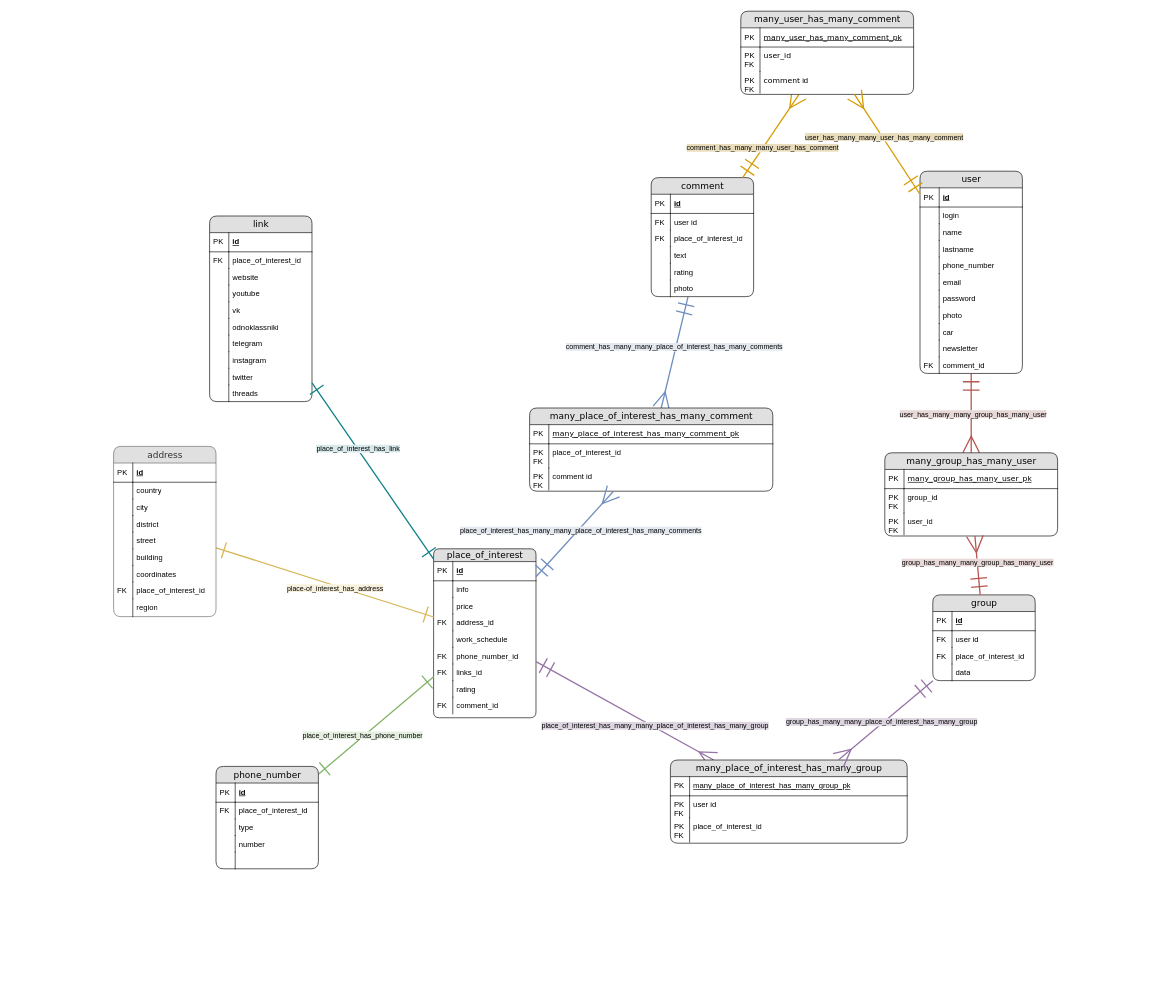
Earlier version of the draw.io diagram diagram/ERD подробная.drawio (RinaBoni/travel_helper). Source tidied: cells renumbered, new cells numbered last; positions are measured from the earlier drawing's top-left corner, leaving out a move shared by most shapes. Both pictures are drawn from the tidied source at 64%, with x=0, y=0 at pixel (113, 11).
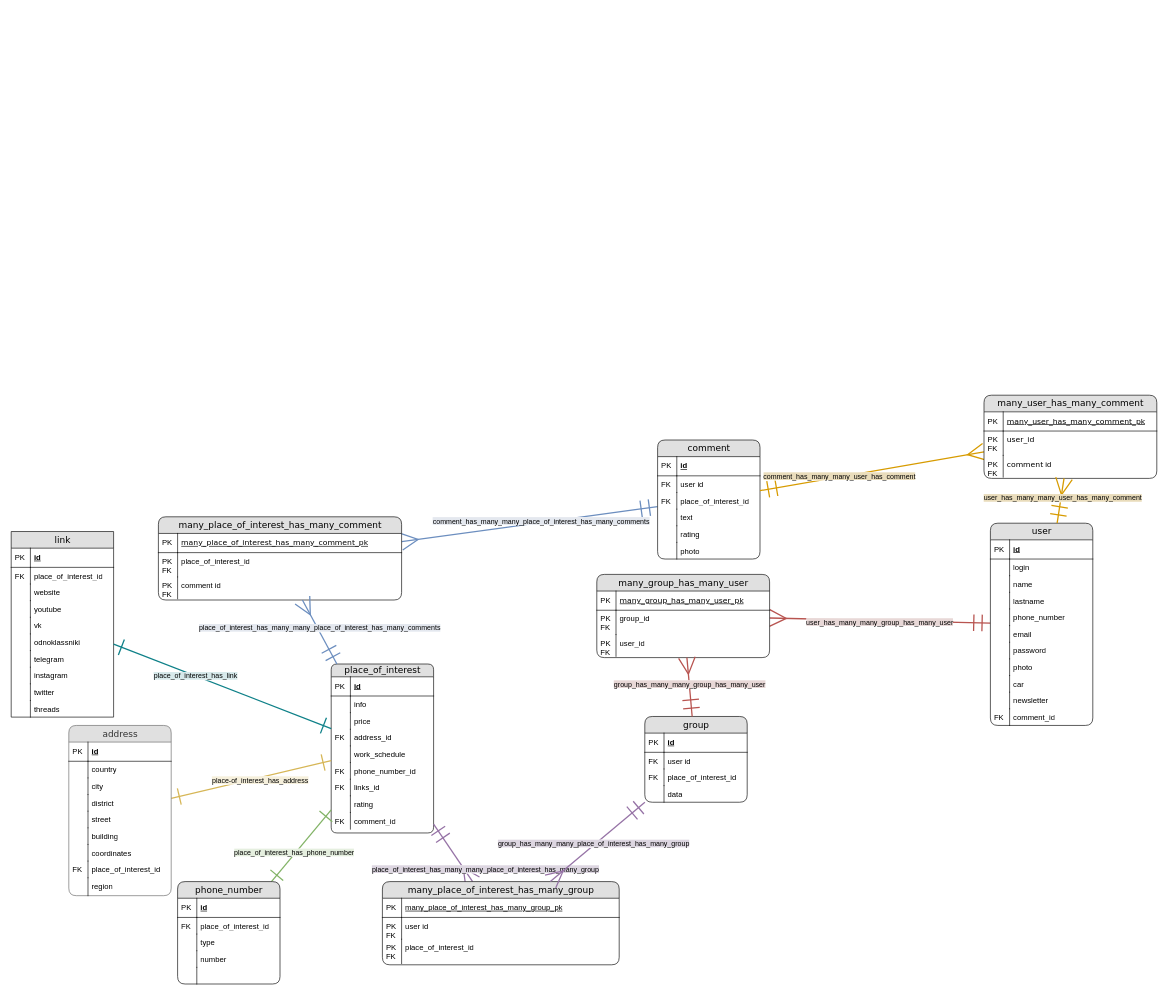
Above is the later version.

The edit, as a diff of the source:
```diff
@@
     <mxCell id="4" value="place_of_interest" style="swimlane;html=1;fontStyle=0;horizontal=1;startSize=20;fillColor=#e0e0e0;swimlaneFillColor=#ffffff;align=center;rounded=1;shadow=0;comic=0;labelBackgroundColor=none;strokeWidth=1;fontFamily=Verdana;fontSize=14;glass=0;swimlaneLine=1;" parent="1" vertex="1">
-      <mxGeometry x="500" y="840" width="160" height="264" as="geometry" />
+      <mxGeometry x="340" y="1020" width="160" height="264" as="geometry" />
     </mxCell>
@@
     <mxCell id="23" value="comment" style="swimlane;html=1;fontStyle=0;horizontal=1;startSize=26;fillColor=#e0e0e0;swimlaneFillColor=#ffffff;align=center;rounded=1;shadow=0;comic=0;labelBackgroundColor=none;strokeWidth=1;fontFamily=Verdana;fontSize=14;" parent="1" vertex="1">
-      <mxGeometry x="840" y="260" width="160" height="186" as="geometry" />
+      <mxGeometry x="850" y="670" width="160" height="186" as="geometry" />
     </mxCell>
@@
     <mxCell id="38" value="user" style="swimlane;html=1;fontStyle=0;horizontal=1;startSize=26;fillColor=#e0e0e0;swimlaneFillColor=#ffffff;align=center;rounded=1;shadow=0;comic=0;labelBackgroundColor=none;strokeWidth=1;fontFamily=Verdana;fontSize=14;" parent="1" vertex="1">
-      <mxGeometry x="1260" y="250" width="160" height="316" as="geometry" />
+      <mxGeometry x="1370" y="800" width="160" height="316" as="geometry" />
     </mxCell>
@@
-    <mxCell id="61" value="link" style="swimlane;html=1;fontStyle=0;horizontal=1;startSize=26;fillColor=#e0e0e0;swimlaneFillColor=#ffffff;align=center;rounded=1;shadow=0;comic=0;labelBackgroundColor=none;strokeWidth=1;fontFamily=Verdana;fontSize=14;" parent="1" vertex="1">
-      <mxGeometry x="150" y="320" width="160" height="290" as="geometry" />
+    <mxCell id="61" value="link" style="swimlane;html=1;fontStyle=0;horizontal=1;startSize=26;fillColor=#e0e0e0;swimlaneFillColor=#ffffff;align=center;rounded=1;shadow=0;comic=0;labelBackgroundColor=none;strokeWidth=1;fontFamily=Verdana;fontSize=14;arcSize=0;" parent="1" vertex="1">
+      <mxGeometry x="-160" y="813" width="160" height="290" as="geometry" />
     </mxCell>
@@
     <mxCell id="86" value="address" style="swimlane;html=1;fontStyle=0;horizontal=1;startSize=26;swimlaneFillColor=#ffffff;align=center;rounded=1;shadow=0;comic=0;labelBackgroundColor=none;strokeWidth=1;fontFamily=Verdana;fontSize=14;fillColor=#E0E0E0;strokeColor=#666666;fontColor=#333333;" parent="1" vertex="1">
-      <mxGeometry y="680" width="160" height="266" as="geometry" />
+      <mxGeometry x="-70" y="1116" width="160" height="266" as="geometry" />
     </mxCell>
@@
     <mxCell id="107" value="phone_number" style="swimlane;html=1;fontStyle=0;horizontal=1;startSize=26;fillColor=#e0e0e0;swimlaneFillColor=#ffffff;align=center;rounded=1;shadow=0;comic=0;labelBackgroundColor=none;strokeWidth=1;fontFamily=Verdana;fontSize=14;" parent="1" vertex="1">
-      <mxGeometry x="160" y="1180" width="160" height="160" as="geometry" />
+      <mxGeometry x="100" y="1360" width="160" height="160" as="geometry" />
     </mxCell>
@@
     <mxCell id="122" value="group" style="swimlane;html=1;fontStyle=0;horizontal=1;startSize=26;fillColor=#e0e0e0;swimlaneFillColor=#ffffff;align=center;rounded=1;shadow=0;comic=0;labelBackgroundColor=none;strokeWidth=1;fontFamily=Verdana;fontSize=14;" parent="1" vertex="1">
-      <mxGeometry x="1280" y="912" width="160" height="134" as="geometry" />
+      <mxGeometry x="830" y="1102" width="160" height="134" as="geometry" />
     </mxCell>
@@
     <mxCell id="131" value="many_place_of_interest_has_many_group" style="swimlane;html=1;fontStyle=0;horizontal=1;startSize=26;fillColor=#e0e0e0;swimlaneFillColor=#ffffff;align=center;rounded=1;shadow=0;comic=0;labelBackgroundColor=none;strokeWidth=1;fontFamily=Verdana;fontSize=14;" parent="1" vertex="1">
-      <mxGeometry x="870" y="1170" width="370" height="130" as="geometry" />
+      <mxGeometry x="420" y="1360" width="370" height="130" as="geometry" />
     </mxCell>
@@
     <mxCell id="140" value="many_place_of_interest_has_many_comment" style="swimlane;html=1;fontStyle=0;horizontal=1;startSize=26;fillColor=#e0e0e0;swimlaneFillColor=#ffffff;align=center;rounded=1;shadow=0;comic=0;labelBackgroundColor=none;strokeWidth=1;fontFamily=Verdana;fontSize=14;" parent="1" vertex="1">
-      <mxGeometry x="650" y="620" width="380" height="130" as="geometry" />
+      <mxGeometry x="70" y="790" width="380" height="130" as="geometry" />
     </mxCell>
@@
     <mxCell id="149" value="many_group_has_many_user" style="swimlane;html=1;fontStyle=0;horizontal=1;startSize=26;fillColor=#e0e0e0;swimlaneFillColor=#ffffff;align=center;rounded=1;shadow=0;comic=0;labelBackgroundColor=none;strokeWidth=1;fontFamily=Verdana;fontSize=14;" parent="1" vertex="1">
-      <mxGeometry x="1205" y="690" width="270" height="130" as="geometry" />
+      <mxGeometry x="755" y="880" width="270" height="130" as="geometry" />
     </mxCell>
@@
     <mxCell id="158" value="many_user_has_many_comment" style="swimlane;html=1;fontStyle=0;horizontal=1;startSize=26;fillColor=#e0e0e0;swimlaneFillColor=#ffffff;align=center;rounded=1;shadow=0;comic=0;labelBackgroundColor=none;strokeWidth=1;fontFamily=Verdana;fontSize=14;" parent="1" vertex="1">
-      <mxGeometry x="980" width="270" height="130" as="geometry" />
+      <mxGeometry x="1360" y="600" width="270" height="130" as="geometry" />
     </mxCell>
```
